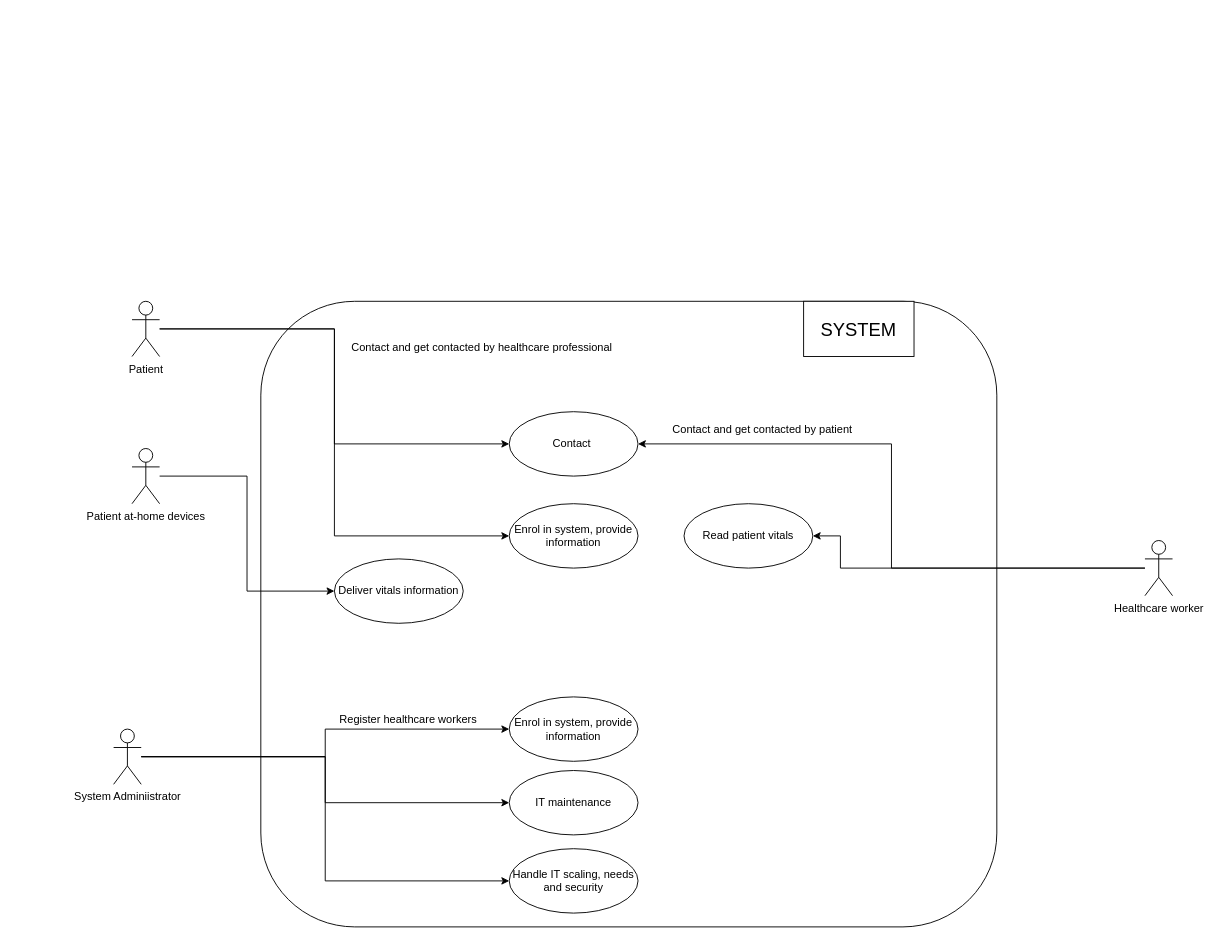
Before: Task 1/source/pages/03e_Main_Use_Cases.drawio in SteinarVrenne/school_imt3501, a draw.io diagram. Source tidied: cells renumbered, new cells numbered last; positions are measured from the earlier drawing's top-left corner, leaving out a move shared by most shapes. Both pictures are drawn from the tidied source at 92%, with x=0, y=0 at pixel (113, 301).
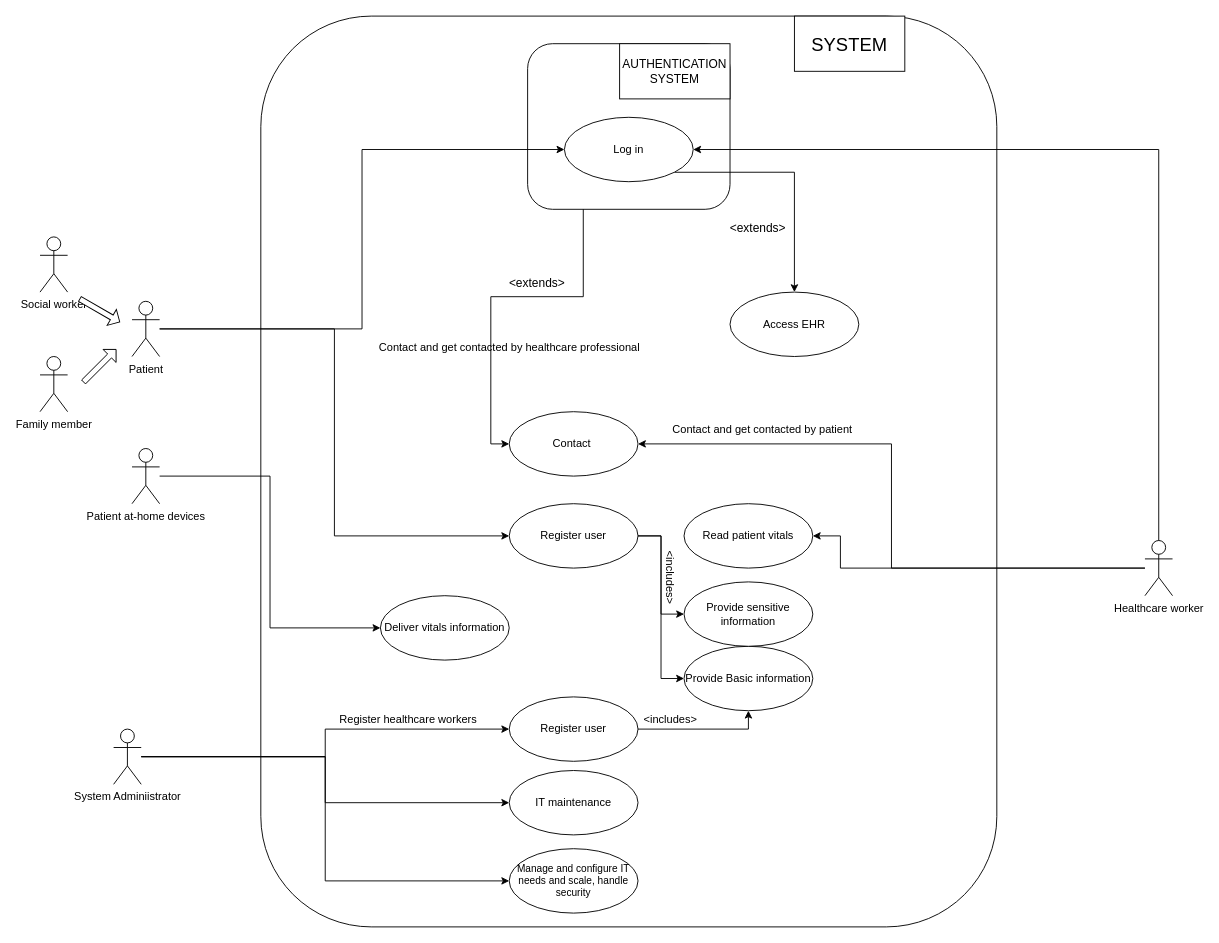
The same diagram, later.

Unchanged cells that the change refers to:
```xml
<mxCell id="5" value="Patient&lt;br&gt;" style="shape=umlActor;verticalLabelPosition=bottom;labelBackgroundColor=#ffffff;verticalAlign=top;html=1;" parent="1" vertex="1">
  <mxGeometry x="20" width="30" height="60" as="geometry" />
</mxCell>
<mxCell id="8" value="Healthcare worker" style="shape=umlActor;verticalLabelPosition=bottom;labelBackgroundColor=#ffffff;verticalAlign=top;html=1;" parent="1" vertex="1">
  <mxGeometry x="1121" y="260" width="30" height="60" as="geometry" />
</mxCell>
<mxCell id="13" value="Contact&amp;nbsp;" style="ellipse;whiteSpace=wrap;html=1;" parent="1" vertex="1">
  <mxGeometry x="430" y="120" width="140" height="70" as="geometry" />
</mxCell>
```

Change to the diagram source:
```diff
@@
     <mxCell id="2" style="rounded=1;whiteSpace=wrap;html=1;" parent="1" vertex="1">
-      <mxGeometry x="160" width="800" height="680" as="geometry" />
+      <mxGeometry x="160" y="-310" width="800" height="990" as="geometry" />
     </mxCell>
-    <mxCell id="3" style="edgeStyle=orthogonalEdgeStyle;rounded=0;jettySize=auto;html=1;entryX=0;entryY=0.5;entryDx=0;entryDy=0;" parent="1" edge="1" source="5" target="13">
+    <mxCell id="3" style="edgeStyle=orthogonalEdgeStyle;rounded=0;jettySize=auto;html=1;entryX=0;entryY=0.5;entryDx=0;entryDy=0;exitX=0;exitY=1;exitDx=0;exitDy=0;" parent="1" edge="1" source="36" target="13">
       <mxGeometry relative="1" as="geometry" />
     </mxCell>
@@
+    <mxCell id="26" style="edgeStyle=orthogonalEdgeStyle;rounded=0;jettySize=auto;html=1;entryX=0;entryY=0.5;entryDx=0;entryDy=0;" parent="1" edge="1" source="14" target="29">
+      <mxGeometry relative="1" as="geometry" />
+    </mxCell>
+    <mxCell id="27" style="edgeStyle=orthogonalEdgeStyle;rounded=0;jettySize=auto;html=1;entryX=0;entryY=0.5;entryDx=0;entryDy=0;" parent="1" edge="1" source="14" target="30">
+      <mxGeometry relative="1" as="geometry" />
+    </mxCell>
-    <mxCell id="14" value="Enrol in system, provide information" style="ellipse;whiteSpace=wrap;html=1;" parent="1" vertex="1">
+    <mxCell id="14" value="Register user" style="ellipse;whiteSpace=wrap;html=1;" parent="1" vertex="1">
       <mxGeometry x="430" y="220" width="140" height="70" as="geometry" />
     </mxCell>
@@
     <mxCell id="16" value="Contact and get contacted by healthcare professional" style="text;html=1;align=center;verticalAlign=middle;" parent="1" vertex="1">
-      <mxGeometry x="250" y="40" width="300" height="20" as="geometry" />
+      <mxGeometry x="280" y="40" width="300" height="20" as="geometry" />
     </mxCell>
+    <mxCell id="28" style="edgeStyle=orthogonalEdgeStyle;rounded=0;jettySize=auto;html=1;" parent="1" edge="1" source="17" target="29">
+      <mxGeometry relative="1" as="geometry">
+        <Array as="points">
+          <mxPoint x="690" y="465" />
+        </Array>
+      </mxGeometry>
+    </mxCell>
-    <mxCell id="17" value="Enrol in system, provide information" style="ellipse;whiteSpace=wrap;html=1;" parent="1" vertex="1">
+    <mxCell id="17" value="Register user" style="ellipse;whiteSpace=wrap;html=1;" parent="1" vertex="1">
       <mxGeometry x="430" y="430" width="140" height="70" as="geometry" />
     </mxCell>
@@
     <mxCell id="22" value="Deliver vitals information" style="ellipse;whiteSpace=wrap;html=1;" parent="1" vertex="1">
-      <mxGeometry x="240" y="280" width="140" height="70" as="geometry" />
+      <mxGeometry x="290" y="320" width="140" height="70" as="geometry" />
     </mxCell>
@@
-    <mxCell id="24" value="Handle IT scaling, needs and security" style="ellipse;whiteSpace=wrap;html=1;" parent="1" vertex="1">
+    <mxCell id="24" value="Manage and configure IT needs and scale, handle security" style="ellipse;whiteSpace=wrap;html=1;fontSize=11;" parent="1" vertex="1">
       <mxGeometry x="430" y="595" width="140" height="70" as="geometry" />
     </mxCell>
     <mxCell id="25" value="&lt;font style=&quot;font-size: 20px&quot;&gt;SYSTEM&lt;/font&gt;" style="rounded=0;whiteSpace=wrap;html=1;" parent="1" vertex="1">
-      <mxGeometry x="750" width="120" height="60" as="geometry" />
+      <mxGeometry x="740" y="-310" width="120" height="60" as="geometry" />
     </mxCell>
+    <mxCell id="29" value="Provide Basic information" style="ellipse;whiteSpace=wrap;html=1;" parent="1" vertex="1">
+      <mxGeometry x="620" y="375" width="140" height="70" as="geometry" />
+    </mxCell>
+    <mxCell id="30" value="Provide sensitive information" style="ellipse;whiteSpace=wrap;html=1;" parent="1" vertex="1">
+      <mxGeometry x="620" y="305" width="140" height="70" as="geometry" />
+    </mxCell>
+    <mxCell id="31" value="&amp;lt;includes&amp;gt;" style="text;html=1;align=center;verticalAlign=middle;rotation=90;" parent="1" vertex="1">
+      <mxGeometry x="570" y="290" width="70" height="20" as="geometry" />
+    </mxCell>
+    <mxCell id="32" value="&amp;lt;includes&amp;gt;" style="text;html=1;align=center;verticalAlign=middle;rotation=0;" parent="1" vertex="1">
+      <mxGeometry x="570" y="445" width="70" height="20" as="geometry" />
+    </mxCell>
+    <mxCell id="33" style="rounded=1;whiteSpace=wrap;html=1;" parent="1" vertex="1">
+      <mxGeometry x="450" y="-280" width="220" height="180" as="geometry" />
+    </mxCell>
+    <mxCell id="34" value="&lt;font style=&quot;font-size: 13px&quot;&gt;AUTHENTICATION&lt;br style=&quot;font-size: 13px&quot;&gt;SYSTEM&lt;br style=&quot;font-size: 13px&quot;&gt;&lt;/font&gt;" style="rounded=0;whiteSpace=wrap;html=1;fontSize=13;" parent="1" vertex="1">
+      <mxGeometry x="550" y="-280" width="120" height="60" as="geometry" />
+    </mxCell>
+    <mxCell id="35" style="edgeStyle=orthogonalEdgeStyle;rounded=0;jettySize=auto;html=1;exitX=1;exitY=1;exitDx=0;exitDy=0;fontSize=13;" parent="1" edge="1" source="36" target="37">
+      <mxGeometry relative="1" as="geometry" />
+    </mxCell>
+    <mxCell id="36" value="Log in" style="ellipse;whiteSpace=wrap;html=1;" parent="1" vertex="1">
+      <mxGeometry x="490" y="-200" width="140" height="70" as="geometry" />
+    </mxCell>
+    <mxCell id="37" value="Access EHR" style="ellipse;whiteSpace=wrap;html=1;" parent="1" vertex="1">
+      <mxGeometry x="670" y="-10" width="140" height="70" as="geometry" />
+    </mxCell>
+    <mxCell id="38" value="&amp;lt;extends&amp;gt;" style="text;html=1;align=center;verticalAlign=middle;fontSize=13;" parent="1" vertex="1">
+      <mxGeometry x="660" y="-90" width="80" height="20" as="geometry" />
+    </mxCell>
+    <mxCell id="39" style="edgeStyle=orthogonalEdgeStyle;rounded=0;jettySize=auto;html=1;entryX=1;entryY=0.5;entryDx=0;entryDy=0;fontSize=13;exitX=0.5;exitY=0;exitDx=0;exitDy=0;exitPerimeter=0;" parent="1" edge="1" source="8" target="36">
+      <mxGeometry relative="1" as="geometry" />
+    </mxCell>
+    <mxCell id="40" style="edgeStyle=orthogonalEdgeStyle;rounded=0;jettySize=auto;html=1;entryX=0;entryY=0.5;entryDx=0;entryDy=0;fontSize=13;" parent="1" edge="1" source="5" target="36">
+      <mxGeometry relative="1" as="geometry" />
+    </mxCell>
+    <mxCell id="41" value="Social worker" style="shape=umlActor;verticalLabelPosition=bottom;labelBackgroundColor=#ffffff;verticalAlign=top;html=1;" parent="1" vertex="1">
+      <mxGeometry x="-80" y="-70" width="30" height="60" as="geometry" />
+    </mxCell>
+    <mxCell id="42" value="Family member" style="shape=umlActor;verticalLabelPosition=bottom;labelBackgroundColor=#ffffff;verticalAlign=top;html=1;" parent="1" vertex="1">
+      <mxGeometry x="-80" y="60" width="30" height="60" as="geometry" />
+    </mxCell>
+    <mxCell id="43" style="shape=singleArrow;whiteSpace=wrap;html=1;fontSize=13;rotation=-45;" parent="1" vertex="1">
+      <mxGeometry x="-40" y="60" width="50" height="20" as="geometry" />
+    </mxCell>
+    <mxCell id="44" style="shape=singleArrow;whiteSpace=wrap;html=1;fontSize=13;rotation=30;" parent="1" vertex="1">
+      <mxGeometry x="-40" width="50" height="20" as="geometry" />
+    </mxCell>
+    <mxCell id="45" value="&amp;lt;extends&amp;gt;" style="text;html=1;align=center;verticalAlign=middle;fontSize=13;" parent="1" vertex="1">
+      <mxGeometry x="420" y="-30" width="80" height="20" as="geometry" />
+    </mxCell>
```
